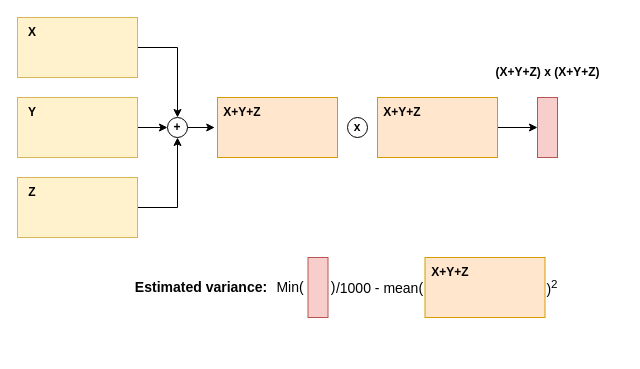
Before: docs/assets/images/q4_sketch_usage.drawio in filippodaniotti/2AMD15-Project, a draw.io diagram. Source tidied: cells renumbered, new cells numbered last; positions are measured from the earlier drawing's top-left corner, leaving out a move shared by most shapes. Both pictures are drawn from the tidied source at 100%, with x=0, y=0 at pixel (17, 17).
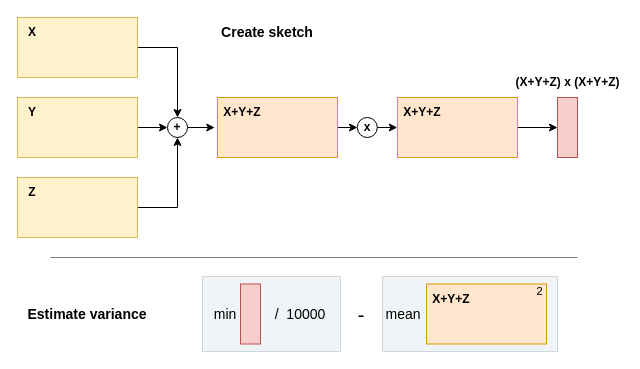
After the change.

The change refers to these unchanged cells:
```xml
<mxCell id="8" style="rounded=0;whiteSpace=wrap;html=1;fillColor=#ffe6cc;strokeColor=#d79b00;" parent="1" vertex="1">
  <mxGeometry x="200" y="80" width="120" height="60" as="geometry" />
</mxCell>
```

Diff of the diagram source:
```diff
@@
+    <mxCell id="29" style="rounded=0;whiteSpace=wrap;html=1;fillColor=#bac8d3;strokeColor=#23445d;opacity=20;" parent="1" vertex="1">
+      <mxGeometry x="365" y="259" width="175" height="75" as="geometry" />
+    </mxCell>
+    <mxCell id="30" style="rounded=0;whiteSpace=wrap;html=1;fillColor=#bac8d3;strokeColor=#23445d;opacity=20;" parent="1" vertex="1">
+      <mxGeometry x="185" y="259" width="138" height="75" as="geometry" />
+    </mxCell>
@@
+    <mxCell id="31" style="edgeStyle=orthogonalEdgeStyle;rounded=0;jettySize=auto;html=1;entryX=-0.009;entryY=0.515;entryDx=0;entryDy=0;entryPerimeter=0;" parent="1" edge="1" source="8" target="17">
+      <mxGeometry relative="1" as="geometry" />
+    </mxCell>
@@
     <mxCell id="16" style="rounded=0;whiteSpace=wrap;html=1;fillColor=#ffe6cc;strokeColor=#d79b00;" parent="1" vertex="1">
-      <mxGeometry x="360" y="80" width="120" height="60" as="geometry" />
+      <mxGeometry x="380" y="80" width="120" height="60" as="geometry" />
     </mxCell>
+    <mxCell id="32" style="edgeStyle=orthogonalEdgeStyle;rounded=0;jettySize=auto;html=1;entryX=-0.004;entryY=1.029;entryDx=0;entryDy=0;entryPerimeter=0;" parent="1" edge="1" source="17" target="18">
+      <mxGeometry relative="1" as="geometry" />
+    </mxCell>
     <mxCell id="17" value="&lt;b&gt;x&lt;/b&gt;" style="ellipse;whiteSpace=wrap;html=1;" parent="1" vertex="1">
-      <mxGeometry x="330" y="100" width="20" height="20" as="geometry" />
+      <mxGeometry x="339.8" y="100" width="20" height="20" as="geometry" />
     </mxCell>
     <mxCell id="18" value="&lt;b style=&quot;border-color: var(--border-color);&quot;&gt;X+Y+Z&lt;/b&gt;" style="text;html=1;strokeColor=none;fillColor=none;align=center;verticalAlign=middle;whiteSpace=wrap;rounded=0;" parent="1" vertex="1">
-      <mxGeometry x="360" y="80" width="50" height="30" as="geometry" />
+      <mxGeometry x="380" y="80" width="50" height="30" as="geometry" />
     </mxCell>
     <mxCell id="19" style="rounded=0;whiteSpace=wrap;html=1;fillColor=#f8cecc;strokeColor=#b85450;" parent="1" vertex="1">
-      <mxGeometry x="520" y="80" width="20" height="60" as="geometry" />
+      <mxGeometry x="540" y="80" width="20" height="60" as="geometry" />
     </mxCell>
     <mxCell id="20" style="rounded=0;whiteSpace=wrap;html=1;fillColor=#f8cecc;strokeColor=#b85450;" parent="1" vertex="1">
-      <mxGeometry x="290.5" y="240" width="20" height="60" as="geometry" />
+      <mxGeometry x="223" y="266.5" width="20" height="60" as="geometry" />
     </mxCell>
-    <mxCell id="21" value="&lt;font style=&quot;font-size: 14px;&quot;&gt;Min(&lt;/font&gt;" style="text;html=1;strokeColor=none;fillColor=none;align=center;verticalAlign=middle;whiteSpace=wrap;rounded=0;" parent="1" vertex="1">
-      <mxGeometry x="257.5" y="255" width="30" height="30" as="geometry" />
+    <mxCell id="21" value="&lt;font style=&quot;font-size: 14px;&quot;&gt;min&lt;/font&gt;" style="text;html=1;strokeColor=none;fillColor=none;align=center;verticalAlign=middle;whiteSpace=wrap;rounded=0;" parent="1" vertex="1">
+      <mxGeometry x="193" y="281.5" width="30" height="30" as="geometry" />
     </mxCell>
-    <mxCell id="22" value="&lt;font style=&quot;font-size: 14px;&quot;&gt;)&lt;/font&gt;" style="text;html=1;strokeColor=none;fillColor=none;align=center;verticalAlign=middle;whiteSpace=wrap;rounded=0;" parent="1" vertex="1">
-      <mxGeometry x="310.5" y="255" width="10" height="30" as="geometry" />
-    </mxCell>
-    <mxCell id="23" value="&lt;font style=&quot;font-size: 14px;&quot;&gt;/1000 - mean(&lt;/font&gt;" style="text;html=1;strokeColor=none;fillColor=none;align=center;verticalAlign=middle;whiteSpace=wrap;rounded=0;" parent="1" vertex="1">
-      <mxGeometry x="316.5" y="256" width="91" height="30" as="geometry" />
+    <mxCell id="23" value="&lt;font style=&quot;font-size: 14px;&quot;&gt;/&amp;nbsp; 10000&lt;br&gt;&lt;/font&gt;" style="text;html=1;strokeColor=none;fillColor=none;align=center;verticalAlign=middle;whiteSpace=wrap;rounded=0;" parent="1" vertex="1">
+      <mxGeometry x="253" y="281.5" width="60" height="30" as="geometry" />
     </mxCell>
     <mxCell id="24" style="rounded=0;whiteSpace=wrap;html=1;fillColor=#ffe6cc;strokeColor=#d79b00;" parent="1" vertex="1">
-      <mxGeometry x="407.5" y="240" width="120" height="60" as="geometry" />
+      <mxGeometry x="409" y="266.5" width="120" height="60" as="geometry" />
     </mxCell>
     <mxCell id="25" value="&lt;b style=&quot;border-color: var(--border-color);&quot;&gt;X+Y+Z&lt;/b&gt;" style="text;html=1;strokeColor=none;fillColor=none;align=center;verticalAlign=middle;whiteSpace=wrap;rounded=0;" parent="1" vertex="1">
-      <mxGeometry x="407.5" y="240" width="50" height="30" as="geometry" />
+      <mxGeometry x="409" y="266.5" width="50" height="30" as="geometry" />
     </mxCell>
-    <mxCell id="26" value="&lt;font style=&quot;font-size: 14px;&quot;&gt;)&lt;sup&gt;2&lt;/sup&gt;&lt;/font&gt;" style="text;html=1;strokeColor=none;fillColor=none;align=center;verticalAlign=middle;whiteSpace=wrap;rounded=0;" parent="1" vertex="1">
-      <mxGeometry x="530" y="255" width="10" height="30" as="geometry" />
+    <mxCell id="26" value="&lt;font style=&quot;font-size: 14px;&quot;&gt;&lt;sup&gt;2&lt;/sup&gt;&lt;/font&gt;" style="text;html=1;strokeColor=none;fillColor=none;align=center;verticalAlign=middle;whiteSpace=wrap;rounded=0;" parent="1" vertex="1">
+      <mxGeometry x="516" y="266.5" width="13" height="20" as="geometry" />
     </mxCell>
-    <mxCell id="27" value="&lt;b style=&quot;border-color: var(--border-color);&quot;&gt;(X+Y+Z) x (&lt;b style=&quot;border-color: var(--border-color);&quot;&gt;X+Y+Z&lt;/b&gt;)&lt;/b&gt;" style="text;html=1;strokeColor=none;fillColor=none;align=center;verticalAlign=middle;whiteSpace=wrap;rounded=0;" parent="1" vertex="1">
-      <mxGeometry x="474.5" y="40" width="111" height="30" as="geometry" />
+    <mxCell id="27" value="&lt;span style=&quot;border-color: var(--border-color);&quot;&gt;&lt;b&gt;(X+Y+Z) x (&lt;span style=&quot;border-color: var(--border-color);&quot;&gt;X+Y+Z&lt;/span&gt;)&lt;/b&gt;&lt;/span&gt;" style="text;html=1;strokeColor=none;fillColor=none;align=center;verticalAlign=middle;whiteSpace=wrap;rounded=0;" parent="1" vertex="1">
+      <mxGeometry x="494.5" y="50" width="111" height="30" as="geometry" />
     </mxCell>
-    <mxCell id="28" value="&lt;font style=&quot;font-size: 14px;&quot;&gt;&lt;b&gt;Estimated variance:&lt;/b&gt;&lt;/font&gt;" style="text;html=1;strokeColor=none;fillColor=none;align=center;verticalAlign=middle;whiteSpace=wrap;rounded=0;" parent="1" vertex="1">
-      <mxGeometry x="113.8" y="255" width="140" height="30" as="geometry" />
+    <mxCell id="28" value="&lt;font style=&quot;font-size: 14px;&quot;&gt;&lt;b&gt;Estimate variance&lt;/b&gt;&lt;/font&gt;" style="text;html=1;strokeColor=none;fillColor=none;align=center;verticalAlign=middle;whiteSpace=wrap;rounded=0;" parent="1" vertex="1">
+      <mxGeometry y="281.5" width="140" height="30" as="geometry" />
     </mxCell>
+    <mxCell id="33" value="&lt;font style=&quot;font-size: 14px;&quot;&gt;&lt;b&gt;Create sketch&lt;br&gt;&lt;/b&gt;&lt;/font&gt;" style="text;html=1;strokeColor=none;fillColor=none;align=center;verticalAlign=middle;whiteSpace=wrap;rounded=0;" parent="1" vertex="1">
+      <mxGeometry x="199.8" width="100.2" height="30" as="geometry" />
+    </mxCell>
+    <mxCell id="34" value="&lt;font style=&quot;font-size: 20px;&quot;&gt;-&lt;/font&gt;" style="text;html=1;strokeColor=none;fillColor=none;align=center;verticalAlign=middle;whiteSpace=wrap;rounded=0;" parent="1" vertex="1">
+      <mxGeometry x="323" y="259" width="42" height="75" as="geometry" />
+    </mxCell>
+    <mxCell id="35" value="&lt;font style=&quot;font-size: 14px;&quot;&gt;mean&lt;/font&gt;" style="text;html=1;strokeColor=none;fillColor=none;align=center;verticalAlign=middle;whiteSpace=wrap;rounded=0;" parent="1" vertex="1">
+      <mxGeometry x="369" y="281.5" width="34.2" height="30" as="geometry" />
+    </mxCell>
+    <mxCell id="36" style="endArrow=none;rounded=0;textOpacity=20;fontColor=none;labelBackgroundColor=none;noLabel=1;html=1;opacity=50;" parent="1" edge="1">
+      <mxGeometry relative="1" as="geometry">
+        <mxPoint x="33" y="240" as="sourcePoint" />
+        <mxPoint x="560" y="240" as="targetPoint" />
+      </mxGeometry>
+    </mxCell>
```
